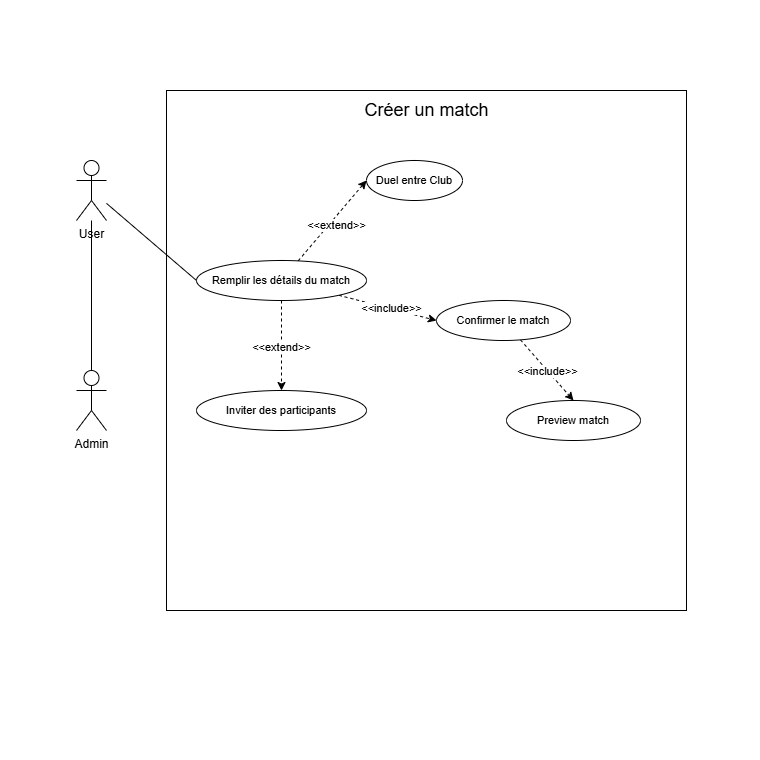
Earlier version of the draw.io export Diagram use case Créer un match.drawio.png (Mathistrg/Styx). Source tidied: cells renumbered, new cells last; positions are measured from the earlier drawing's top-left corner, leaving out a move shared by most shapes.
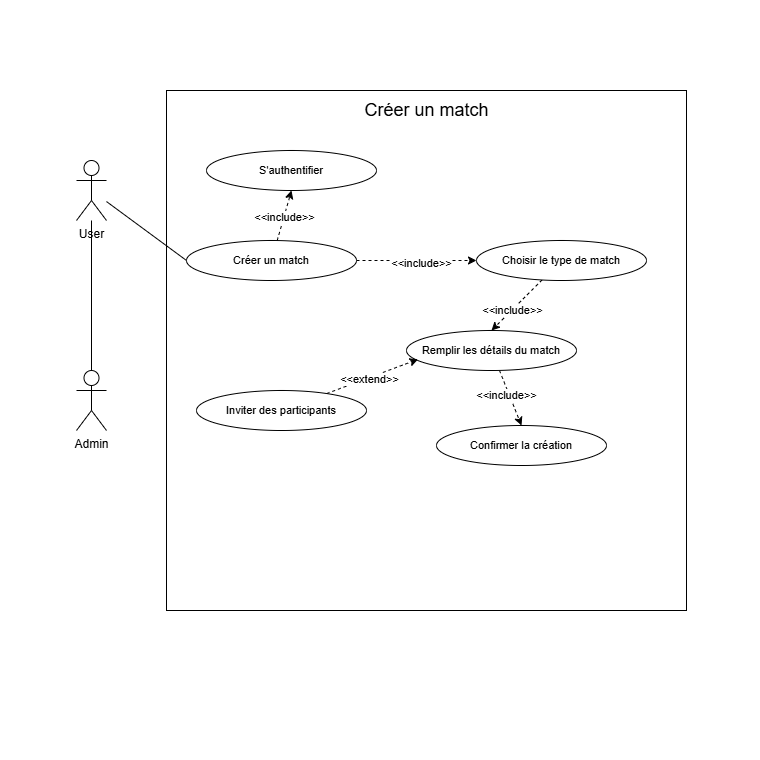
After the commit.

Commit message:
Mettre à jour Diagram use case Créer un match.drawio.png

What changed in the source:
```diff
@@ -20,47 +20,58 @@
     <mxCell id="7" value="User" style="shape=umlActor;verticalLabelPosition=bottom;verticalAlign=top;html=1;outlineConnect=0;" parent="1" vertex="1">
       <mxGeometry x="76" y="160" width="30" height="60" as="geometry" />
     </mxCell>
-    <mxCell id="8" style="rounded=0;jettySize=auto;html=1;entryX=0.5;entryY=0;entryDx=0;entryDy=0;dashed=1;endArrow=classic;endFill=1;" parent="1" edge="1" source="14" target="16">
-      <mxGeometry relative="1" as="geometry" />
-    </mxCell>
-    <mxCell id="9" value="&amp;lt;&amp;lt;extend&amp;gt;&amp;gt;" style="edgeLabel;html=1;align=center;verticalAlign=middle;fontFamily=Helvetica;fontSize=11;fontColor=default;labelBackgroundColor=default;" parent="8" vertex="1">
-      <mxGeometry x="0.03" y="-1" relative="1" as="geometry" />
-    </mxCell>
-    <mxCell id="10" style="edgeStyle=none;shape=connector;rounded=0;jettySize=auto;html=1;entryX=0;entryY=0.5;entryDx=0;entryDy=0;dashed=1;strokeColor=default;align=center;verticalAlign=middle;fontFamily=Helvetica;fontSize=11;fontColor=default;labelBackgroundColor=default;endArrow=classic;endFill=1;" parent="1" edge="1" source="14" target="17">
-      <mxGeometry relative="1" as="geometry" />
-    </mxCell>
-    <mxCell id="11" value="&amp;lt;&amp;lt;extend&amp;gt;&amp;gt;" style="edgeLabel;html=1;align=center;verticalAlign=middle;fontFamily=Helvetica;fontSize=11;fontColor=default;labelBackgroundColor=default;" parent="10" vertex="1">
-      <mxGeometry x="-0.01" y="-5" relative="1" as="geometry" />
-    </mxCell>
-    <mxCell id="12" style="edgeStyle=none;shape=connector;rounded=0;jettySize=auto;html=1;entryX=0;entryY=0.5;entryDx=0;entryDy=0;dashed=1;strokeColor=default;align=center;verticalAlign=middle;fontFamily=Helvetica;fontSize=11;fontColor=default;labelBackgroundColor=default;endArrow=classic;endFill=1;" parent="1" edge="1" source="14" target="20">
-      <mxGeometry relative="1" as="geometry" />
-    </mxCell>
-    <mxCell id="13" value="&amp;lt;&amp;lt;include&amp;gt;&amp;gt;" style="edgeLabel;html=1;align=center;verticalAlign=middle;fontFamily=Helvetica;fontSize=11;fontColor=default;labelBackgroundColor=default;" parent="12" vertex="1">
-      <mxGeometry x="0.08" y="1" relative="1" as="geometry" />
-    </mxCell>
+    <mxCell id="22" style="edgeStyle=none;shape=connector;rounded=0;jettySize=auto;html=1;entryX=0.5;entryY=1;entryDx=0;entryDy=0;dashed=1;strokeColor=default;align=center;verticalAlign=middle;fontFamily=Helvetica;fontSize=11;fontColor=default;labelBackgroundColor=default;endArrow=classic;endFill=1;" parent="1" edge="1" source="14" target="26">
+      <mxGeometry relative="1" as="geometry" />
+    </mxCell>
+    <mxCell id="23" value="&amp;lt;&amp;lt;include&amp;gt;&amp;gt;" style="edgeLabel;html=1;align=center;verticalAlign=middle;fontFamily=Helvetica;fontSize=11;fontColor=default;labelBackgroundColor=default;" parent="22" vertex="1">
+      <mxGeometry x="-0.06" relative="1" as="geometry" />
+    </mxCell>
+    <mxCell id="24" style="edgeStyle=none;shape=connector;rounded=0;jettySize=auto;html=1;exitX=1;exitY=0.5;exitDx=0;exitDy=0;entryX=0;entryY=0.5;entryDx=0;entryDy=0;dashed=1;strokeColor=default;align=center;verticalAlign=middle;fontFamily=Helvetica;fontSize=11;fontColor=default;labelBackgroundColor=default;endArrow=classic;endFill=1;" parent="1" edge="1" source="14" target="29">
+      <mxGeometry relative="1" as="geometry" />
+    </mxCell>
+    <mxCell id="25" value="&amp;lt;&amp;lt;include&amp;gt;&amp;gt;" style="edgeLabel;html=1;align=center;verticalAlign=middle;fontFamily=Helvetica;fontSize=11;fontColor=default;labelBackgroundColor=default;" parent="24" vertex="1">
+      <mxGeometry x="0.07" y="-2" relative="1" as="geometry" />
+    </mxCell>
-    <mxCell id="14" value="Remplir les détails du match" style="ellipse;whiteSpace=wrap;html=1;fontFamily=Helvetica;fontSize=11;fontColor=default;labelBackgroundColor=default;" parent="1" vertex="1">
-      <mxGeometry x="196" y="260" width="170" height="40" as="geometry" />
+    <mxCell id="14" value="Créer un match" style="ellipse;whiteSpace=wrap;html=1;fontFamily=Helvetica;fontSize=11;fontColor=default;labelBackgroundColor=default;" parent="1" vertex="1">
+      <mxGeometry x="186" y="240" width="170" height="40" as="geometry" />
     </mxCell>
     <mxCell id="15" value="Admin" style="shape=umlActor;verticalLabelPosition=bottom;verticalAlign=top;html=1;outlineConnect=0;" parent="1" vertex="1">
       <mxGeometry x="76" y="370" width="30" height="60" as="geometry" />
     </mxCell>
+    <mxCell id="26" value="S'authentifier" style="ellipse;whiteSpace=wrap;html=1;fontFamily=Helvetica;fontSize=11;fontColor=default;labelBackgroundColor=default;" parent="1" vertex="1">
+      <mxGeometry x="206" y="150" width="170" height="40" as="geometry" />
+    </mxCell>
+    <mxCell id="27" style="edgeStyle=none;shape=connector;rounded=0;jettySize=auto;html=1;entryX=0.5;entryY=0;entryDx=0;entryDy=0;dashed=1;strokeColor=default;align=center;verticalAlign=middle;fontFamily=Helvetica;fontSize=11;fontColor=default;labelBackgroundColor=default;endArrow=classic;endFill=1;" parent="1" edge="1" source="29" target="32">
+      <mxGeometry relative="1" as="geometry" />
+    </mxCell>
+    <mxCell id="28" value="&amp;lt;&amp;lt;include&amp;gt;&amp;gt;" style="edgeLabel;html=1;align=center;verticalAlign=middle;fontFamily=Helvetica;fontSize=11;fontColor=default;labelBackgroundColor=default;" parent="27" vertex="1">
+      <mxGeometry x="0.17" relative="1" as="geometry" />
+    </mxCell>
+    <mxCell id="29" value="Choisir le type de match" style="ellipse;whiteSpace=wrap;html=1;fontFamily=Helvetica;fontSize=11;fontColor=default;labelBackgroundColor=default;" parent="1" vertex="1">
+      <mxGeometry x="476" y="240" width="170" height="40" as="geometry" />
+    </mxCell>
+    <mxCell id="30" style="edgeStyle=none;shape=connector;rounded=0;jettySize=auto;html=1;entryX=0.5;entryY=0;entryDx=0;entryDy=0;dashed=1;strokeColor=default;align=center;verticalAlign=middle;fontFamily=Helvetica;fontSize=11;fontColor=default;labelBackgroundColor=default;endArrow=classic;endFill=1;" parent="1" edge="1" source="32" target="35">
+      <mxGeometry relative="1" as="geometry" />
+    </mxCell>
+    <mxCell id="31" value="&amp;lt;&amp;lt;include&amp;gt;&amp;gt;" style="edgeLabel;html=1;align=center;verticalAlign=middle;fontFamily=Helvetica;fontSize=11;fontColor=default;labelBackgroundColor=default;" parent="30" vertex="1">
+      <mxGeometry x="-0.17" y="-3" relative="1" as="geometry" />
+    </mxCell>
+    <mxCell id="32" value="Remplir les détails du match" style="ellipse;whiteSpace=wrap;html=1;fontFamily=Helvetica;fontSize=11;fontColor=default;labelBackgroundColor=default;" parent="1" vertex="1">
+      <mxGeometry x="406" y="330" width="170" height="40" as="geometry" />
+    </mxCell>
     <mxCell id="16" value="Inviter des participants" style="ellipse;whiteSpace=wrap;html=1;fontFamily=Helvetica;fontSize=11;fontColor=default;labelBackgroundColor=default;" parent="1" vertex="1">
       <mxGeometry x="196" y="390" width="170" height="40" as="geometry" />
     </mxCell>
-    <mxCell id="17" value="Duel entre Club" style="ellipse;whiteSpace=wrap;html=1;fontFamily=Helvetica;fontSize=11;fontColor=default;labelBackgroundColor=default;" parent="1" vertex="1">
-      <mxGeometry x="366" y="160" width="96" height="40" as="geometry" />
-    </mxCell>
-    <mxCell id="18" style="edgeStyle=none;shape=connector;rounded=0;jettySize=auto;html=1;entryX=0.5;entryY=0;entryDx=0;entryDy=0;dashed=1;strokeColor=default;align=center;verticalAlign=middle;fontFamily=Helvetica;fontSize=11;fontColor=default;labelBackgroundColor=default;endArrow=classic;endFill=1;" parent="1" edge="1" source="20" target="21">
-      <mxGeometry relative="1" as="geometry" />
-    </mxCell>
-    <mxCell id="19" value="&amp;lt;&amp;lt;include&amp;gt;&amp;gt;" style="edgeLabel;html=1;align=center;verticalAlign=middle;fontFamily=Helvetica;fontSize=11;fontColor=default;labelBackgroundColor=default;" parent="18" vertex="1">
-      <mxGeometry x="0.01" y="-1" relative="1" as="geometry" />
-    </mxCell>
-    <mxCell id="20" value="Confirmer le match" style="ellipse;whiteSpace=wrap;html=1;fontFamily=Helvetica;fontSize=11;fontColor=default;labelBackgroundColor=default;" parent="1" vertex="1">
-      <mxGeometry x="436" y="300" width="134" height="40" as="geometry" />
-    </mxCell>
-    <mxCell id="21" value="Preview match" style="ellipse;whiteSpace=wrap;html=1;fontFamily=Helvetica;fontSize=11;fontColor=default;labelBackgroundColor=default;" parent="1" vertex="1">
-      <mxGeometry x="506" y="400" width="134" height="40" as="geometry" />
-    </mxCell>
+    <mxCell id="33" style="edgeStyle=none;shape=connector;rounded=0;jettySize=auto;html=1;entryX=0.068;entryY=0.72;entryDx=0;entryDy=0;entryPerimeter=0;dashed=1;strokeColor=default;align=center;verticalAlign=middle;fontFamily=Helvetica;fontSize=11;fontColor=default;labelBackgroundColor=default;endArrow=classic;endFill=1;" parent="1" edge="1" source="16" target="32">
+      <mxGeometry relative="1" as="geometry" />
+    </mxCell>
+    <mxCell id="34" value="&amp;lt;&amp;lt;extend&amp;gt;&amp;gt;" style="edgeLabel;html=1;align=center;verticalAlign=middle;fontFamily=Helvetica;fontSize=11;fontColor=default;labelBackgroundColor=default;" parent="33" vertex="1">
+      <mxGeometry x="-0.08" relative="1" as="geometry">
+        <mxPoint y="1" as="offset" />
+      </mxGeometry>
+    </mxCell>
+    <mxCell id="35" value="Confirmer la création" style="ellipse;whiteSpace=wrap;html=1;fontFamily=Helvetica;fontSize=11;fontColor=default;labelBackgroundColor=default;" parent="1" vertex="1">
+      <mxGeometry x="436" y="425" width="170" height="40" as="geometry" />
+    </mxCell>
   </root>
 </mxGraphModel>
```
